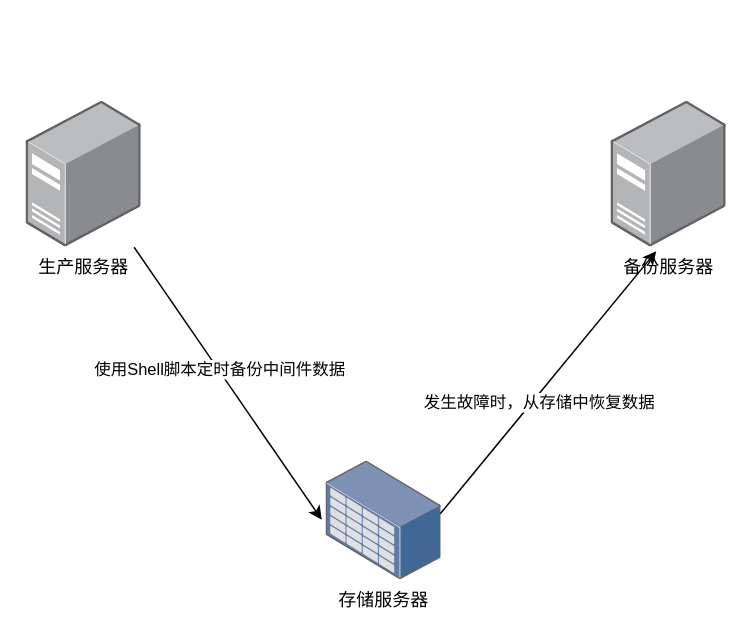
The draw.io diagram Untitled Diagram.drawio in mozhou-tech/drawio-store, before the edit. Source tidied: cells renumbered, new cells numbered last; positions are measured from the earlier drawing's top-left corner, leaving out a move shared by most shapes. Both pictures are drawn from the tidied source at 150%, with x=0, y=0 at pixel (26, 100).
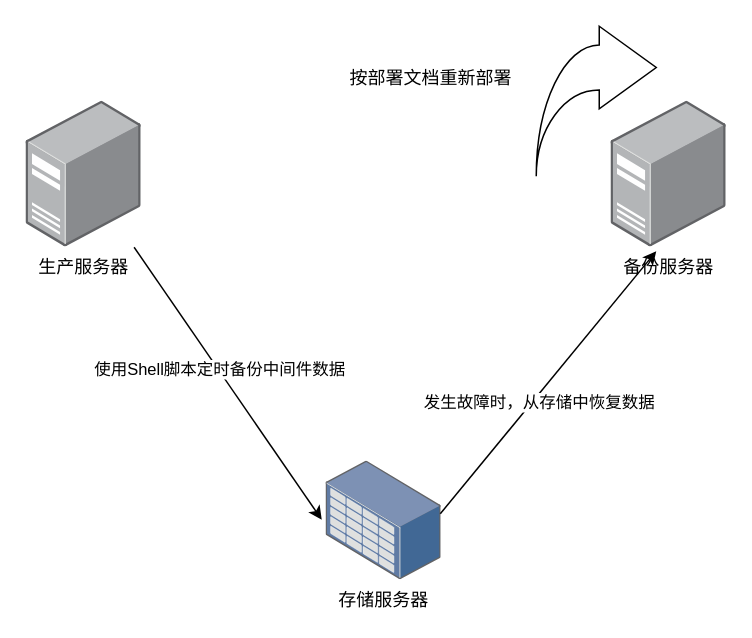
Above is the later version.

Diff of the diagram source:
```diff
@@
 <mxGraphModel>
   <root>
     <mxCell id="0" />
     <mxCell id="1" parent="0" />
     <mxCell id="2" value="生产服务器" style="points=[];html=1;align=center;shadow=0;dashed=0;image;image=img/lib/allied_telesis/computer_and_terminals/Server_Desktop.svg;" parent="1" vertex="1">
       <mxGeometry width="76.8" height="97.3" as="geometry" />
     </mxCell>
     <mxCell id="3" value="备份服务器" style="html=1;align=center;shadow=0;dashed=0;image;image=img/lib/allied_telesis/computer_and_terminals/Server_Desktop.svg;" parent="1" vertex="1">
       <mxGeometry x="390" width="76.8" height="97.3" as="geometry" />
     </mxCell>
     <mxCell id="4" value="存储服务器" style="points=[];html=1;align=center;shadow=0;dashed=0;image;image=img/lib/allied_telesis/storage/Datacenter_Server_Storage_Unit_Large.svg;" parent="1" vertex="1">
       <mxGeometry x="200" y="240" width="76.8" height="79.2" as="geometry" />
     </mxCell>
     <mxCell id="5" style="endArrow=classic;html=1;rounded=0;entryX=-0.039;entryY=0.492;entryDx=0;entryDy=0;entryPerimeter=0;" parent="1" edge="1" source="2" target="4">
       <mxGeometry relative="1" as="geometry" />
     </mxCell>
     <mxCell id="6" value="使用Shell脚本定时备份中间件数据" style="edgeLabel;html=1;align=center;verticalAlign=middle;" parent="5" vertex="1">
       <mxGeometry x="-0.11" relative="1" as="geometry">
         <mxPoint x="1" as="offset" />
       </mxGeometry>
     </mxCell>
     <mxCell id="7" style="endArrow=classic;html=1;rounded=0;exitX=0.99;exitY=0.442;exitDx=0;exitDy=0;exitPerimeter=0;" parent="1" edge="1" source="4">
       <mxGeometry relative="1" as="geometry">
         <mxPoint x="420" y="100" as="targetPoint" />
       </mxGeometry>
     </mxCell>
     <mxCell id="8" value="发生故障时，从存储中恢复数据" style="edgeLabel;html=1;align=center;verticalAlign=middle;" parent="7" vertex="1">
       <mxGeometry x="-0.13" y="-3" relative="1" as="geometry" />
     </mxCell>
+    <mxCell id="9" style="html=1;shadow=0;dashed=0;align=center;verticalAlign=middle;shape=mxgraph.arrows2.jumpInArrow;dy=15;dx=38;arrowHead=55;" parent="1" vertex="1">
+      <mxGeometry x="340" y="-50" width="80" height="100" as="geometry" />
+    </mxCell>
+    <mxCell id="10" value="按部署文档重新部署" style="text;html=1;strokeColor=none;fillColor=none;align=center;verticalAlign=middle;whiteSpace=wrap;rounded=0;" parent="1" vertex="1">
+      <mxGeometry x="210" y="-30" width="120" height="30" as="geometry" />
+    </mxCell>
   </root>
 </mxGraphModel>
```
